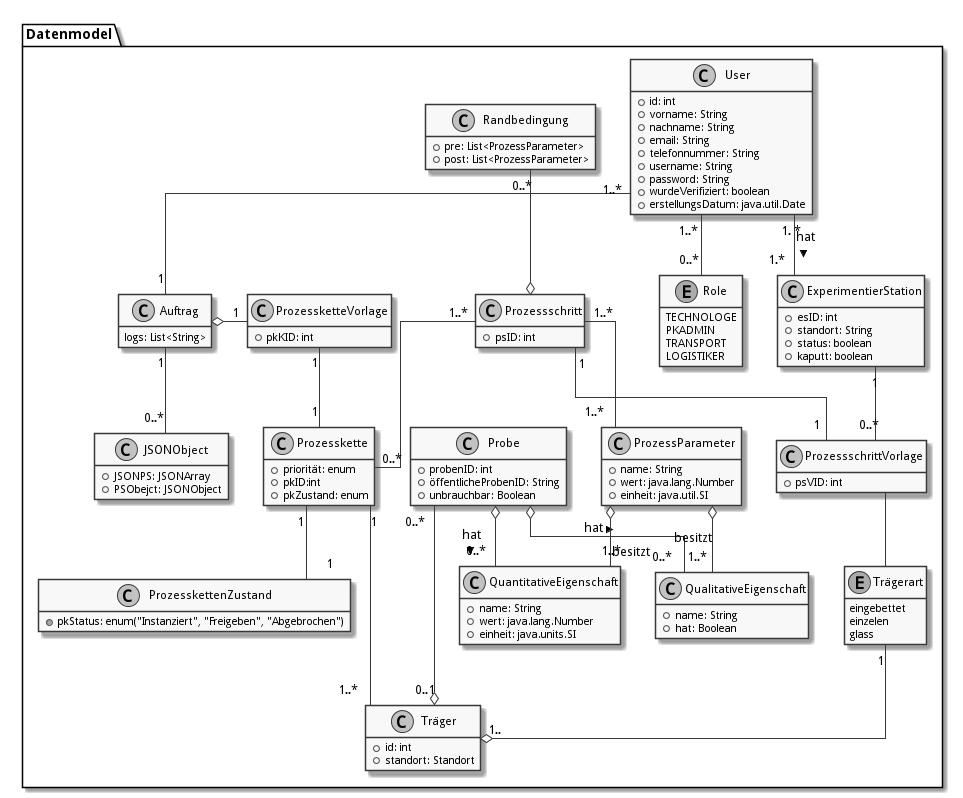
The PlantUML diagram doc/UML/datenModelNurEineID.png in fkehlenb/softwareprojekt-2, before a commit.
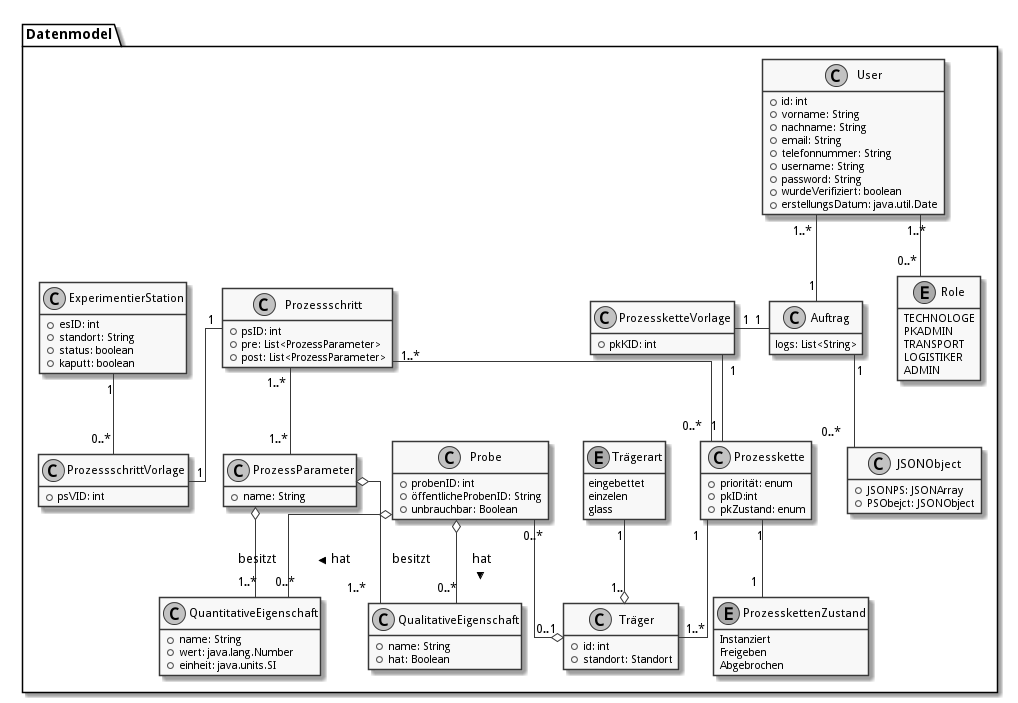
Above is the later version.

Commit message:
vereinfachung vom UML

Diff of the diagram source:
```diff
@@ -12,6 +12,7 @@
   PKADMIN
   TRANSPORT
   LOGISTIKER
+  ADMIN
 }
 
 class User {
@@ -57,6 +58,8 @@
 
 class "Prozessschritt" as ps {
   +psID: int
+  +pre: List<ProzessParameter>
+  +post: List<ProzessParameter>
 }
 
 class "ProzessschrittVorlage" as psV {
@@ -65,8 +68,6 @@
 
  class "ProzessParameter" as pp {
     +name: String
-    +wert: java.lang.Number
-    +einheit: java.util.SI
   }
 
 
@@ -80,8 +81,10 @@
     +pkKID: int
 }
 
-class "ProzesskettenZustand" as pkZ {
-    +pkStatus: enum("Instanziert", "Freigeben", "Abgebrochen")
+enum "ProzesskettenZustand" as pkZ {
+    Instanziert
+    Freigeben
+    Abgebrochen
 }
 
 class "ExperimentierStation" as es {
@@ -89,11 +92,6 @@
   +standort: String
   +status: boolean
   +kaputt: boolean
-}
-
-class "Randbedingung" as rb {
-  +pre: List<ProzessParameter>
-  +post: List<ProzessParameter>
 }
 
 class JSONObject {
@@ -114,7 +112,6 @@
   Probe "0..*"--o "0..1" Träger
 
 
-  psV -- Trägerart
   ps "1"--"1" psV
   ps "1..*" -- "0..*" pk
 
@@ -129,13 +126,11 @@
 
   es "1" -- "0..*" psV
 
-  rb "0..*" --o ps
 
   Auftrag "1" -down- "0..*" JSONObject
 
-  pkV "1" -right-o Auftrag
+  pkV "1" -right-"1" Auftrag
 
-  User "1. *" -- "1.*" es: hat >
   User "1..*" -- "1" Auftrag
 }
 @enduml
```
